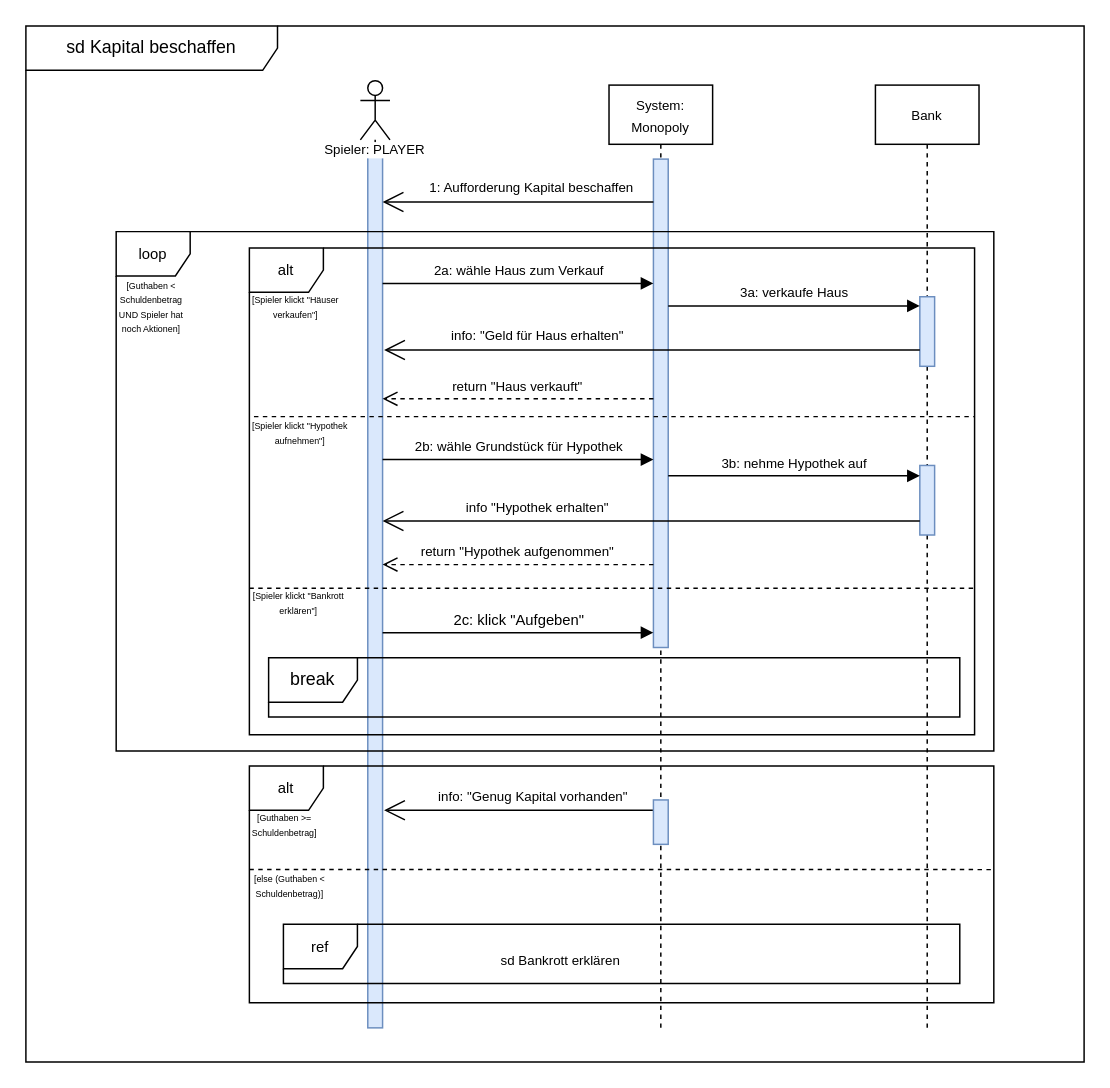
TypeWolf/dhbw_se_monopoly keeps this draw.io diagram as page "sd Kapital beschaffen" (6 of 7) of Sequenzdiagramme SE Monopoly.drawio. Above is the earlier version. Source tidied: cells renumbered, new cells numbered last; positions are measured from the earlier drawing's top-left corner, leaving out a move shared by most shapes. Both pictures are drawn from the tidied source at 148%, with x=0, y=0 at pixel (25, 25).
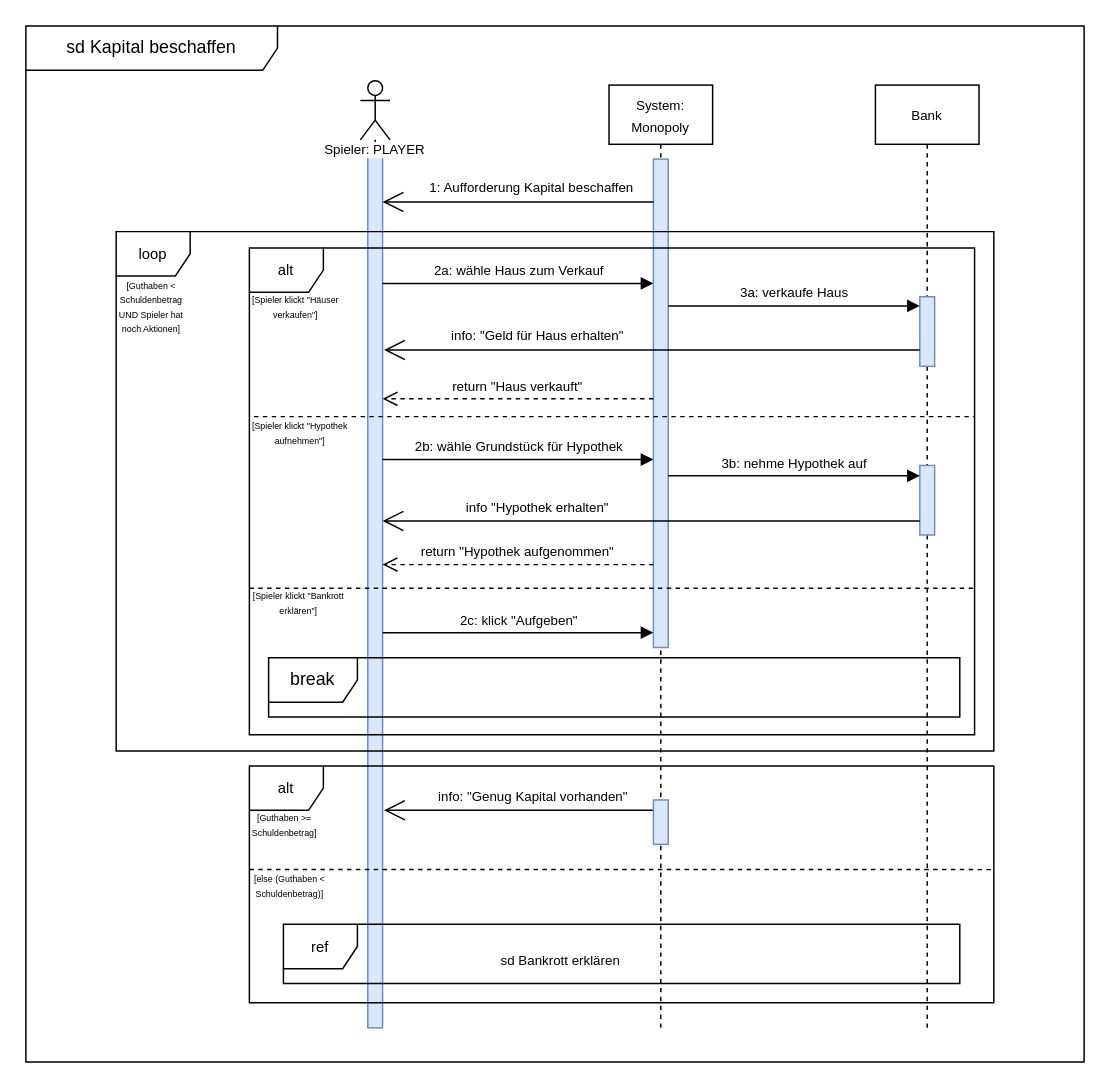
The same page after the edit.

Change to the diagram source:
```diff
@@
-    <mxCell id="33" value="&lt;font size=&quot;1&quot;&gt;2c: klick &quot;Aufgeben&quot;&lt;/font&gt;" style="html=1;verticalAlign=bottom;endArrow=block;curved=0;rounded=0;" parent="1" edge="1">
+    <mxCell id="33" value="&lt;font style=&quot;font-size: 9px;&quot;&gt;2c: klick &quot;Aufgeben&quot;&lt;/font&gt;" style="html=1;verticalAlign=bottom;endArrow=block;curved=0;rounded=0;" parent="1" edge="1">
       <mxGeometry relative="1" as="geometry">
         <mxPoint x="241" y="410" as="sourcePoint" />
         <mxPoint x="424" y="410" as="targetPoint" />
       </mxGeometry>
     </mxCell>
```
